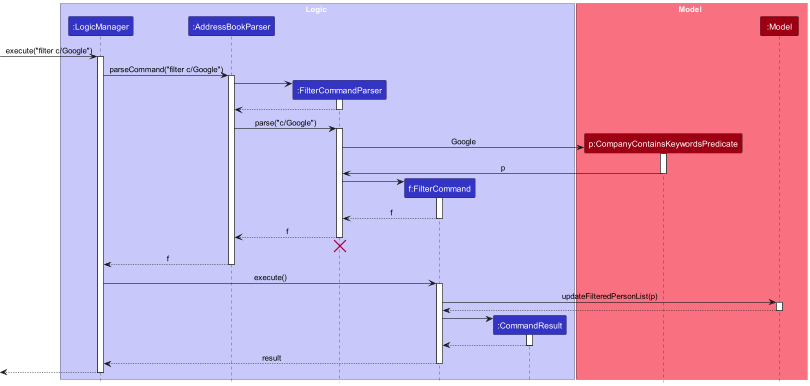
xavierpok/tp keeps this PlantUML diagram as docs/images/FilterSequenceDiagram.png. Above is the earlier version.
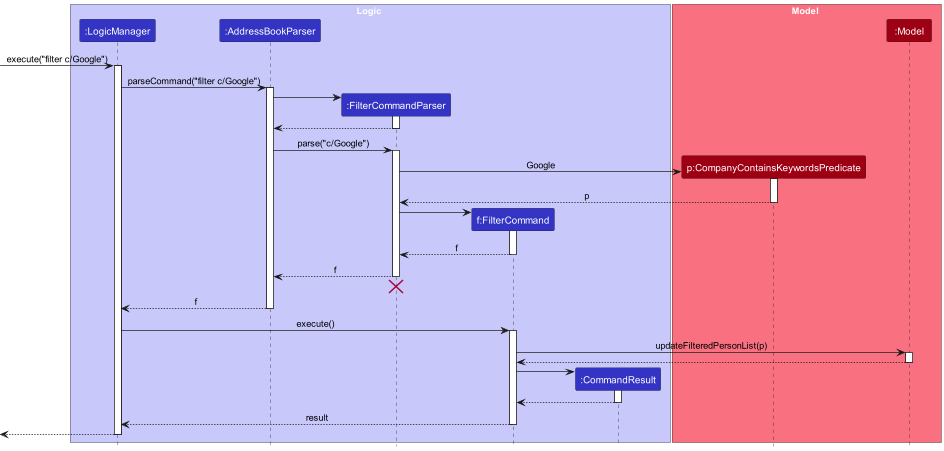
The same diagram one commit later.

Commit message:
Fix bugs in FilterSequenceDiagram

What changed in the source:
```diff
@@ -35,7 +35,7 @@
 FilterCommandParser -> CompanyContainsKeywordsPredicate : Google
 activate CompanyContainsKeywordsPredicate
 
-CompanyContainsKeywordsPredicate -> FilterCommandParser : p
+CompanyContainsKeywordsPredicate --> FilterCommandParser : p
 deactivate CompanyContainsKeywordsPredicate
 
 create FilterCommand
```
